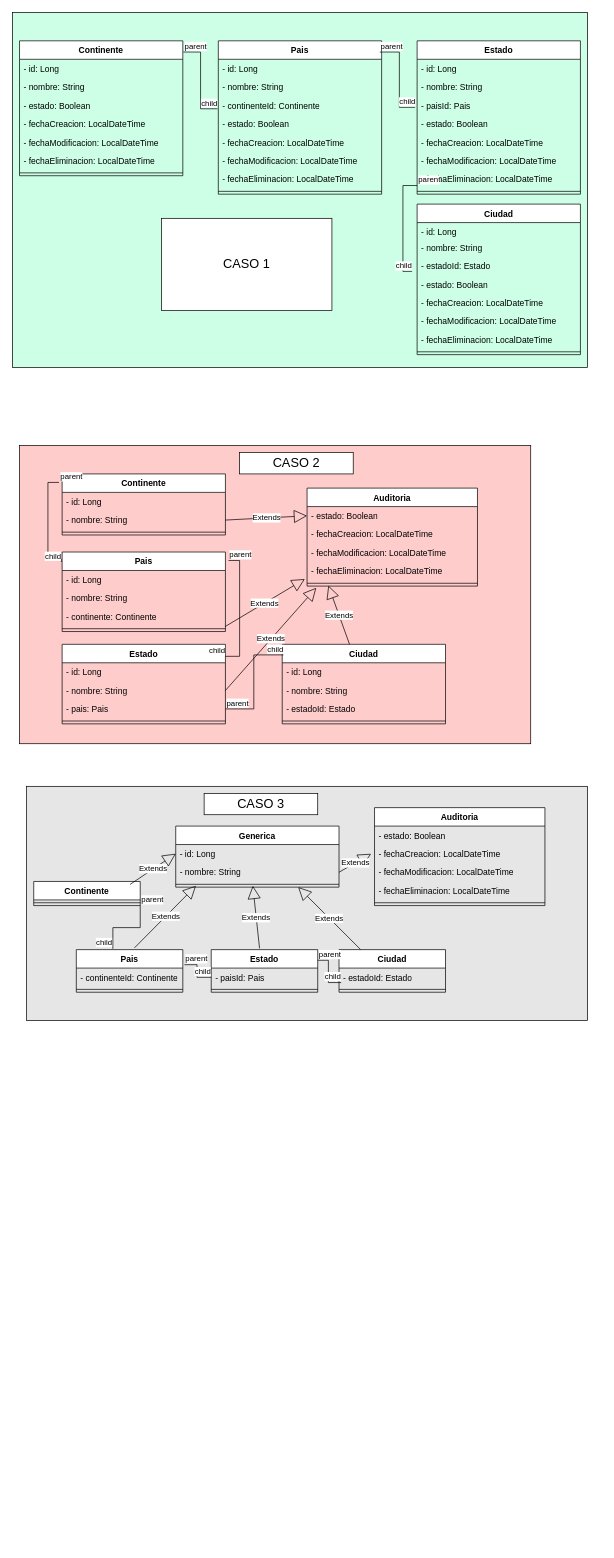
Earlier version of the draw.io diagram CasoEstudio/ModeloUbicación.drawio (DeveloperCode-FullStack/ponencia). Source tidied: cells renumbered, new cells numbered last; positions are measured from the earlier drawing's top-left corner, leaving out a move shared by most shapes. Both pictures are drawn from the tidied source at 71%, with x=0, y=0 at pixel (12, 12).
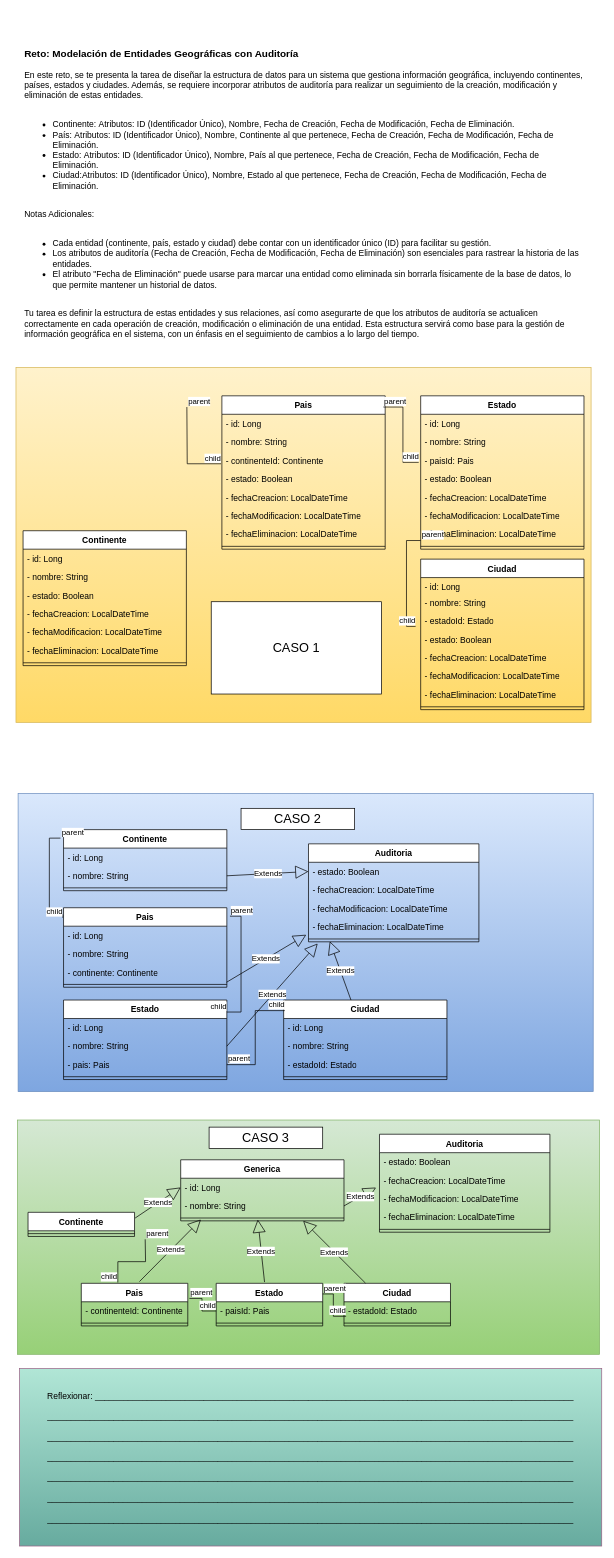
The same page after the edit.

Unchanged cells that the change refers to:
```xml
<mxCell id="22" value="- continenteId: Continente" style="text;strokeColor=none;fillColor=none;align=left;verticalAlign=top;spacingLeft=4;spacingRight=4;overflow=hidden;points=[[0,0.5],[1,0.5]];portConstraint=eastwest;whiteSpace=wrap;html=1;" parent="19" vertex="1">
  <mxGeometry y="78" width="230" height="26" as="geometry" />
</mxCell>
<mxCell id="35" value="- fechaEliminacion: LocalDateTime" style="text;strokeColor=none;fillColor=none;align=left;verticalAlign=top;spacingLeft=4;spacingRight=4;overflow=hidden;points=[[0,0.5],[1,0.5]];portConstraint=eastwest;whiteSpace=wrap;html=1;" parent="28" vertex="1">
  <mxGeometry y="182" width="230" height="26" as="geometry" />
</mxCell>
<mxCell id="40" value="- estadoId: Estado" style="text;strokeColor=none;fillColor=none;align=left;verticalAlign=top;spacingLeft=4;spacingRight=4;overflow=hidden;points=[[0,0.5],[1,0.5]];portConstraint=eastwest;whiteSpace=wrap;html=1;" parent="37" vertex="1">
  <mxGeometry y="74" width="230" height="26" as="geometry" />
</mxCell>
<mxCell id="92" value="- fechaCreacion: LocalDateTime" style="text;strokeColor=none;fillColor=none;align=left;verticalAlign=top;spacingLeft=4;spacingRight=4;overflow=hidden;points=[[0,0.5],[1,0.5]];portConstraint=eastwest;whiteSpace=wrap;html=1;" parent="90" vertex="1">
  <mxGeometry y="52" width="240" height="26" as="geometry" />
</mxCell>
<mxCell id="97" value="- id: Long" style="text;strokeColor=none;fillColor=none;align=left;verticalAlign=top;spacingLeft=4;spacingRight=4;overflow=hidden;points=[[0,0.5],[1,0.5]];portConstraint=eastwest;whiteSpace=wrap;html=1;" parent="96" vertex="1">
  <mxGeometry y="26" width="230" height="26" as="geometry" />
</mxCell>
<mxCell id="98" value="- nombre: String" style="text;strokeColor=none;fillColor=none;align=left;verticalAlign=top;spacingLeft=4;spacingRight=4;overflow=hidden;points=[[0,0.5],[1,0.5]];portConstraint=eastwest;whiteSpace=wrap;html=1;" parent="96" vertex="1">
  <mxGeometry y="52" width="230" height="26" as="geometry" />
</mxCell>
```

Diff of the diagram source:
```diff
@@
-    <mxCell id="2" style="rounded=0;whiteSpace=wrap;html=1;fillColor=#E6E6E6;" parent="1" vertex="1">
-      <mxGeometry x="20" y="1090" width="790" height="330" as="geometry" />
+    <mxCell id="2" style="rounded=0;whiteSpace=wrap;html=1;fillColor=#d5e8d4;gradientColor=#97d077;strokeColor=#82b366;" parent="1" vertex="1">
+      <mxGeometry x="7" y="1560" width="820" height="330" as="geometry" />
     </mxCell>
-    <mxCell id="3" style="rounded=0;whiteSpace=wrap;html=1;fillColor=#FFCCCC;" parent="1" vertex="1">
-      <mxGeometry x="10" y="610" width="720" height="420" as="geometry" />
+    <mxCell id="3" style="rounded=0;whiteSpace=wrap;html=1;fillColor=#dae8fc;gradientColor=#7ea6e0;strokeColor=#6c8ebf;" parent="1" vertex="1">
+      <mxGeometry x="8" y="1100" width="810" height="420" as="geometry" />
     </mxCell>
-    <mxCell id="4" style="rounded=0;whiteSpace=wrap;html=1;fillColor=#CCFFE6;" parent="1" vertex="1">
-      <mxGeometry width="810" height="500" as="geometry" />
+    <mxCell id="4" style="rounded=0;whiteSpace=wrap;html=1;fillColor=#fff2cc;gradientColor=#ffd966;strokeColor=#d6b656;" parent="1" vertex="1">
+      <mxGeometry x="5" y="500" width="810" height="500" as="geometry" />
     </mxCell>
     <mxCell id="5" value="Continente" style="swimlane;fontStyle=1;align=center;verticalAlign=top;horizontal=1;startSize=26;whiteSpace=wrap;html=1;" parent="1" vertex="1">
-      <mxGeometry x="10" y="40" width="230" height="190" as="geometry" />
+      <mxGeometry x="15" y="730" width="230" height="190" as="geometry" />
     </mxCell>
@@
     <mxCell id="13" value="Auditoria" style="swimlane;fontStyle=1;align=center;verticalAlign=top;horizontal=1;startSize=26;whiteSpace=wrap;html=1;" parent="1" vertex="1">
-      <mxGeometry x="415" y="670" width="240" height="138" as="geometry" />
+      <mxGeometry x="417" y="1171" width="240" height="138" as="geometry" />
     </mxCell>
@@
     <mxCell id="19" value="Pais" style="swimlane;fontStyle=1;align=center;verticalAlign=top;horizontal=1;startSize=26;whiteSpace=wrap;html=1;" parent="1" vertex="1">
-      <mxGeometry x="290" y="40" width="230" height="216" as="geometry" />
+      <mxGeometry x="295" y="540" width="230" height="216" as="geometry" />
     </mxCell>
@@
     <mxCell id="28" value="Estado" style="swimlane;fontStyle=1;align=center;verticalAlign=top;horizontal=1;startSize=26;whiteSpace=wrap;html=1;" parent="1" vertex="1">
-      <mxGeometry x="570" y="40" width="230" height="216" as="geometry" />
+      <mxGeometry x="575" y="540" width="230" height="216" as="geometry" />
     </mxCell>
@@
     <mxCell id="37" value="Ciudad" style="swimlane;fontStyle=1;align=center;verticalAlign=top;horizontal=1;startSize=26;whiteSpace=wrap;html=1;" parent="1" vertex="1">
-      <mxGeometry x="570" y="270" width="230" height="212" as="geometry" />
+      <mxGeometry x="575" y="770" width="230" height="212" as="geometry" />
     </mxCell>
@@
     <mxCell id="46" value="&lt;font style=&quot;font-size: 18px;&quot;&gt;CASO 1&lt;/font&gt;" style="rounded=0;whiteSpace=wrap;html=1;" parent="1" vertex="1">
-      <mxGeometry x="210" y="290" width="240" height="130" as="geometry" />
+      <mxGeometry x="280" y="830" width="240" height="130" as="geometry" />
     </mxCell>
-    <mxCell id="47" style="endArrow=none;html=1;edgeStyle=orthogonalEdgeStyle;rounded=0;entryX=-0.005;entryY=0.681;entryDx=0;entryDy=0;entryPerimeter=0;exitX=1.003;exitY=0.083;exitDx=0;exitDy=0;exitPerimeter=0;" parent="1" edge="1" source="5" target="22">
-      <mxGeometry relative="1" as="geometry" />
+    <mxCell id="47" style="endArrow=none;html=1;edgeStyle=orthogonalEdgeStyle;rounded=0;entryX=-0.005;entryY=0.681;entryDx=0;entryDy=0;entryPerimeter=0;exitX=1.003;exitY=0.083;exitDx=0;exitDy=0;exitPerimeter=0;" parent="1" edge="1" target="22">
+      <mxGeometry relative="1" as="geometry">
+        <mxPoint x="245.7" y="555.8" as="sourcePoint" />
+      </mxGeometry>
     </mxCell>
@@
     <mxCell id="53" style="endArrow=none;html=1;edgeStyle=orthogonalEdgeStyle;rounded=0;entryX=-0.031;entryY=0.796;entryDx=0;entryDy=0;entryPerimeter=0;exitX=0;exitY=0.839;exitDx=0;exitDy=0;exitPerimeter=0;" parent="1" edge="1" source="35" target="40">
       <mxGeometry relative="1" as="geometry">
         <Array as="points">
-          <mxPoint x="550" y="244" />
-          <mxPoint x="550" y="365" />
+          <mxPoint x="555" y="744" />
+          <mxPoint x="555" y="865" />
         </Array>
       </mxGeometry>
     </mxCell>
@@
     <mxCell id="56" value="Continente" style="swimlane;fontStyle=1;align=center;verticalAlign=top;horizontal=1;startSize=26;whiteSpace=wrap;html=1;" parent="1" vertex="1">
-      <mxGeometry x="70" y="650" width="230" height="86" as="geometry" />
+      <mxGeometry x="72" y="1151" width="230" height="86" as="geometry" />
     </mxCell>
@@
     <mxCell id="60" value="Ciudad" style="swimlane;fontStyle=1;align=center;verticalAlign=top;horizontal=1;startSize=26;whiteSpace=wrap;html=1;" parent="1" vertex="1">
-      <mxGeometry x="380" y="890" width="230" height="112" as="geometry" />
+      <mxGeometry x="382" y="1391" width="230" height="112" as="geometry" />
     </mxCell>
@@
     <mxCell id="65" value="Pais" style="swimlane;fontStyle=1;align=center;verticalAlign=top;horizontal=1;startSize=26;whiteSpace=wrap;html=1;" parent="1" vertex="1">
-      <mxGeometry x="70" y="760" width="230" height="112" as="geometry" />
+      <mxGeometry x="72" y="1261" width="230" height="112" as="geometry" />
     </mxCell>
@@
     <mxCell id="70" value="Estado" style="swimlane;fontStyle=1;align=center;verticalAlign=top;horizontal=1;startSize=26;whiteSpace=wrap;html=1;" parent="1" vertex="1">
-      <mxGeometry x="70" y="890" width="230" height="112" as="geometry" />
+      <mxGeometry x="72" y="1391" width="230" height="112" as="geometry" />
     </mxCell>
@@
     <mxCell id="75" style="endArrow=none;html=1;edgeStyle=orthogonalEdgeStyle;rounded=0;exitX=-0.019;exitY=0.139;exitDx=0;exitDy=0;exitPerimeter=0;entryX=-0.005;entryY=0.125;entryDx=0;entryDy=0;entryPerimeter=0;" parent="1" edge="1" source="56" target="65">
       <mxGeometry relative="1" as="geometry">
         <Array as="points">
-          <mxPoint x="50" y="662" />
-          <mxPoint x="50" y="770" />
-          <mxPoint x="69" y="770" />
+          <mxPoint x="52" y="1163" />
+          <mxPoint x="52" y="1271" />
+          <mxPoint x="71" y="1271" />
         </Array>
       </mxGeometry>
     </mxCell>
@@
     <mxCell id="78" style="endArrow=none;html=1;edgeStyle=orthogonalEdgeStyle;rounded=0;entryX=1;entryY=0.151;entryDx=0;entryDy=0;entryPerimeter=0;exitX=1.019;exitY=0.106;exitDx=0;exitDy=0;exitPerimeter=0;" parent="1" edge="1" source="65" target="70">
       <mxGeometry relative="1" as="geometry">
         <Array as="points">
-          <mxPoint x="320" y="772" />
-          <mxPoint x="320" y="907" />
+          <mxPoint x="322" y="1273" />
+          <mxPoint x="322" y="1408" />
         </Array>
       </mxGeometry>
     </mxCell>
@@
     <mxCell id="88" value="&lt;font style=&quot;font-size: 18px;&quot;&gt;CASO 2&lt;/font&gt;" style="rounded=0;whiteSpace=wrap;html=1;" parent="1" vertex="1">
-      <mxGeometry x="320" y="620" width="160" height="30" as="geometry" />
+      <mxGeometry x="322" y="1121" width="160" height="30" as="geometry" />
     </mxCell>
     <mxCell id="89" value="&lt;font style=&quot;font-size: 18px;&quot;&gt;CASO 3&lt;/font&gt;" style="rounded=0;whiteSpace=wrap;html=1;" parent="1" vertex="1">
-      <mxGeometry x="270" y="1100" width="160" height="30" as="geometry" />
+      <mxGeometry x="277" y="1570" width="160" height="30" as="geometry" />
     </mxCell>
     <mxCell id="90" value="Auditoria" style="swimlane;fontStyle=1;align=center;verticalAlign=top;horizontal=1;startSize=26;whiteSpace=wrap;html=1;" parent="1" vertex="1">
-      <mxGeometry x="510" y="1120" width="240" height="138" as="geometry" />
+      <mxGeometry x="517" y="1580" width="240" height="138" as="geometry" />
     </mxCell>
@@
     <mxCell id="96" value="Generica" style="swimlane;fontStyle=1;align=center;verticalAlign=top;horizontal=1;startSize=26;whiteSpace=wrap;html=1;" parent="1" vertex="1">
-      <mxGeometry x="230" y="1146" width="230" height="86" as="geometry" />
+      <mxGeometry x="237" y="1616" width="230" height="86" as="geometry" />
     </mxCell>
@@
-    <mxCell id="100" value="Extends" style="endArrow=block;endSize=16;endFill=0;html=1;rounded=0;entryX=-0.02;entryY=0.504;entryDx=0;entryDy=0;entryPerimeter=0;exitX=1;exitY=0.5;exitDx=0;exitDy=0;" parent="1" edge="1" source="98" target="92">
-      <mxGeometry relative="1" as="geometry" />
+    <mxCell id="100" value="Extends" style="endArrow=block;endSize=16;endFill=0;html=1;rounded=0;entryX=-0.02;entryY=0.504;entryDx=0;entryDy=0;entryPerimeter=0;exitX=1;exitY=0.5;exitDx=0;exitDy=0;" parent="1" edge="1" source="98">
+      <mxGeometry relative="1" as="geometry">
+        <mxPoint x="512.2" y="1655.1" as="targetPoint" />
+      </mxGeometry>
     </mxCell>
     <mxCell id="101" value="Pais" style="swimlane;fontStyle=1;align=center;verticalAlign=top;horizontal=1;startSize=26;whiteSpace=wrap;html=1;" parent="1" vertex="1">
-      <mxGeometry x="90" y="1320" width="150" height="60" as="geometry" />
+      <mxGeometry x="97" y="1790" width="150" height="60" as="geometry" />
     </mxCell>
@@
     <mxCell id="104" value="Estado" style="swimlane;fontStyle=1;align=center;verticalAlign=top;horizontal=1;startSize=26;whiteSpace=wrap;html=1;" parent="1" vertex="1">
-      <mxGeometry x="280" y="1320" width="150" height="60" as="geometry" />
+      <mxGeometry x="287" y="1790" width="150" height="60" as="geometry" />
     </mxCell>
@@
     <mxCell id="107" value="Ciudad" style="swimlane;fontStyle=1;align=center;verticalAlign=top;horizontal=1;startSize=26;whiteSpace=wrap;html=1;" parent="1" vertex="1">
-      <mxGeometry x="460" y="1320" width="150" height="60" as="geometry" />
+      <mxGeometry x="467" y="1790" width="150" height="60" as="geometry" />
     </mxCell>
@@
     <mxCell id="119" value="Continente" style="swimlane;fontStyle=1;align=center;verticalAlign=top;horizontal=1;startSize=26;whiteSpace=wrap;html=1;" parent="1" vertex="1">
-      <mxGeometry x="30" y="1224" width="150" height="34" as="geometry" />
+      <mxGeometry x="22" y="1690" width="150" height="34" as="geometry" />
     </mxCell>
@@
-    <mxCell id="121" value="Extends" style="endArrow=block;endSize=16;endFill=0;html=1;rounded=0;entryX=0;entryY=0.5;entryDx=0;entryDy=0;exitX=0.905;exitY=0.122;exitDx=0;exitDy=0;exitPerimeter=0;" parent="1" edge="1" source="119" target="97">
-      <mxGeometry relative="1" as="geometry" />
+    <mxCell id="121" value="Extends" style="endArrow=block;endSize=16;endFill=0;html=1;rounded=0;entryX=0;entryY=0.5;entryDx=0;entryDy=0;exitX=0.905;exitY=0.122;exitDx=0;exitDy=0;exitPerimeter=0;" parent="1" edge="1" target="97">
+      <mxGeometry relative="1" as="geometry">
+        <mxPoint x="172.8" y="1698.1" as="sourcePoint" />
+      </mxGeometry>
     </mxCell>
-    <mxCell id="122" style="endArrow=none;html=1;edgeStyle=orthogonalEdgeStyle;rounded=0;exitX=1;exitY=1;exitDx=0;exitDy=0;entryX=0.343;entryY=-0.019;entryDx=0;entryDy=0;entryPerimeter=0;" parent="1" edge="1" source="119" target="101">
-      <mxGeometry relative="1" as="geometry" />
+    <mxCell id="122" style="endArrow=none;html=1;edgeStyle=orthogonalEdgeStyle;rounded=0;exitX=1;exitY=1;exitDx=0;exitDy=0;entryX=0.343;entryY=-0.019;entryDx=0;entryDy=0;entryPerimeter=0;" parent="1" edge="1" target="101">
+      <mxGeometry relative="1" as="geometry">
+        <mxPoint x="187" y="1728" as="sourcePoint" />
+      </mxGeometry>
     </mxCell>
@@
+    <mxCell id="125" value="&lt;div&gt;&lt;b&gt;&lt;font style=&quot;font-size: 14px;&quot;&gt;Reto: Modelación de Entidades Geográficas con Auditoría&lt;/font&gt;&lt;/b&gt;&lt;/div&gt;&lt;div&gt;&lt;br&gt;&lt;/div&gt;&lt;div&gt;En este reto, se te presenta la tarea de diseñar la estructura de datos para un sistema que gestiona información geográfica, incluyendo continentes, países, estados y ciudades. Además, se requiere incorporar atributos de auditoría para realizar un seguimiento de la creación, modificación y eliminación de estas entidades.&lt;/div&gt;&lt;div&gt;&lt;br&gt;&lt;/div&gt;&lt;div&gt;&lt;div&gt;&lt;ul&gt;&lt;li&gt;Continente:&amp;nbsp;&lt;span style=&quot;background-color: initial;&quot;&gt;Atributos: ID (Identificador Único), Nombre, Fecha de Creación, Fecha de Modificación, Fecha de Eliminación.&lt;/span&gt;&lt;/li&gt;&lt;li&gt;País:&amp;nbsp;&lt;span style=&quot;background-color: initial;&quot;&gt;Atributos: ID (Identificador Único), Nombre, Continente al que pertenece, Fecha de Creación, Fecha de Modificación, Fecha de Eliminación.&lt;/span&gt;&lt;/li&gt;&lt;li&gt;Estado:&amp;nbsp;&lt;span style=&quot;background-color: initial;&quot;&gt;Atributos: ID (Identificador Único), Nombre, País al que pertenece, Fecha de Creación, Fecha de Modificación, Fecha de Eliminación.&lt;/span&gt;&lt;/li&gt;&lt;li&gt;Ciudad:&lt;span style=&quot;background-color: initial;&quot;&gt;Atributos: ID (Identificador Único), Nombre, Estado al que pertenece, Fecha de Creación, Fecha de Modificación, Fecha de Eliminación.&lt;/span&gt;&lt;/li&gt;&lt;/ul&gt;&lt;/div&gt;&lt;/div&gt;&lt;div&gt;&lt;br&gt;&lt;/div&gt;&lt;div&gt;&lt;div&gt;Notas Adicionales:&lt;/div&gt;&lt;div&gt;&lt;br&gt;&lt;/div&gt;&lt;div&gt;&lt;ul&gt;&lt;li&gt;Cada entidad (continente, país, estado y ciudad) debe contar con un identificador único (ID) para facilitar su gestión.&lt;/li&gt;&lt;li&gt;Los atributos de auditoría (Fecha de Creación, Fecha de Modificación, Fecha de Eliminación) son esenciales para rastrear la historia de las entidades.&lt;/li&gt;&lt;li&gt;El atributo &quot;Fecha de Eliminación&quot; puede usarse para marcar una entidad como eliminada sin borrarla físicamente de la base de datos, lo que permite mantener un historial de datos.&lt;/li&gt;&lt;/ul&gt;&lt;/div&gt;&lt;div&gt;&lt;br&gt;&lt;/div&gt;&lt;div&gt;Tu tarea es definir la estructura de estas entidades y sus relaciones, así como asegurarte de que los atributos de auditoría se actualicen correctamente en cada operación de creación, modificación o eliminación de una entidad. Esta estructura servirá como base para la gestión de información geográfica en el sistema, con un énfasis en el seguimiento de cambios a lo largo del tiempo.&lt;/div&gt;&lt;/div&gt;" style="text;html=1;strokeColor=none;fillColor=none;align=left;verticalAlign=middle;whiteSpace=wrap;rounded=0;" parent="1" vertex="1">
+      <mxGeometry x="15" y="30" width="790" height="450" as="geometry" />
+    </mxCell>
+    <mxCell id="126" value="Reflexionar: _____________________________________________________________________________________________________&lt;br&gt;&lt;br&gt;_______________________________________________________________________________________________________________&lt;br&gt;&lt;br&gt;_______________________________________________________________________________________________________________&lt;br&gt;&lt;br&gt;_______________________________________________________________________________________________________________&lt;br&gt;&lt;br&gt;_______________________________________________________________________________________________________________&lt;br&gt;&lt;br&gt;_______________________________________________________________________________________________________________&lt;br&gt;&lt;br&gt;_______________________________________________________________________________________________________________" style="rounded=0;whiteSpace=wrap;html=1;fillColor=#B1E6D6;gradientColor=#67AB9F;strokeColor=#996185;" parent="1" vertex="1">
+      <mxGeometry x="10" y="1910" width="820" height="250" as="geometry" />
+    </mxCell>
```
